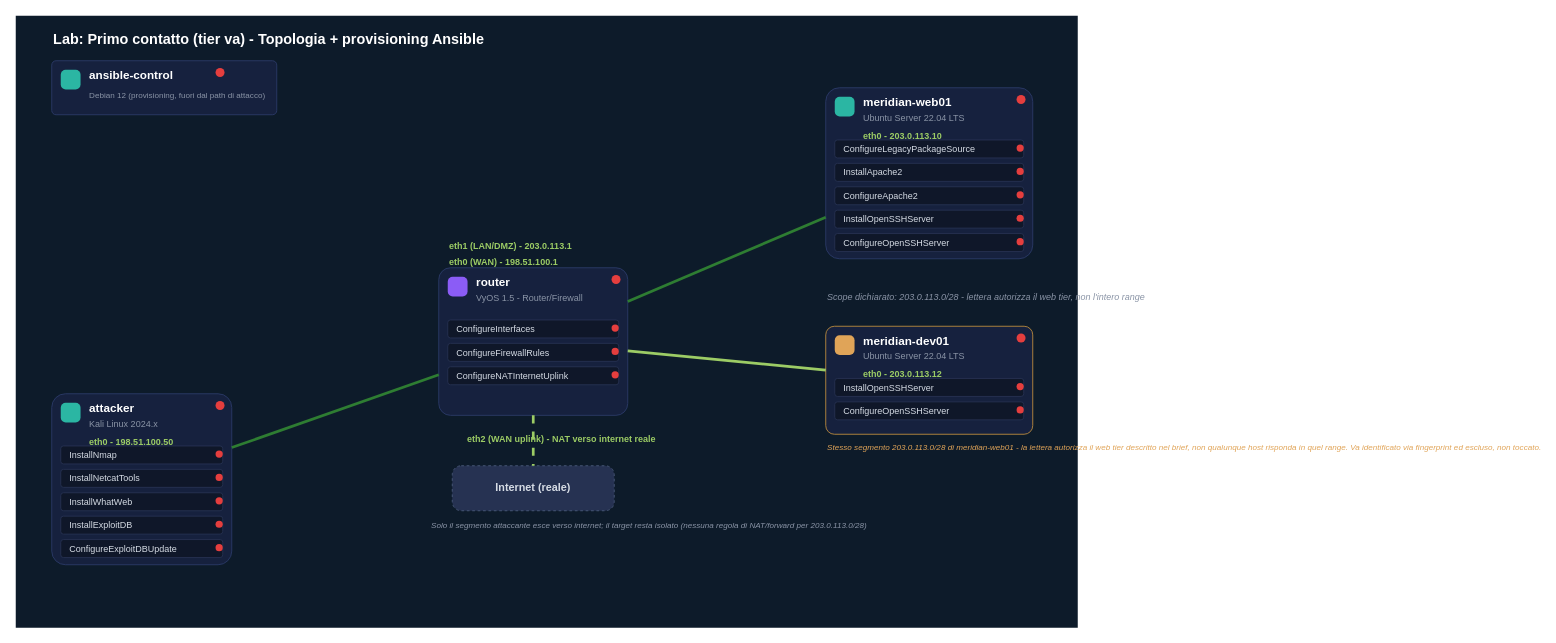
The draw.io diagram docs/labs/first-contact/first-contact-topology.drawio in leoleo1010/CPPT, before the edit. Source tidied: cells renumbered, new cells numbered last; positions are measured from the earlier drawing's top-left corner, leaving out a move shared by most shapes. Both pictures are drawn from the tidied source at 90%, with x=0, y=0 at pixel (15, 15).
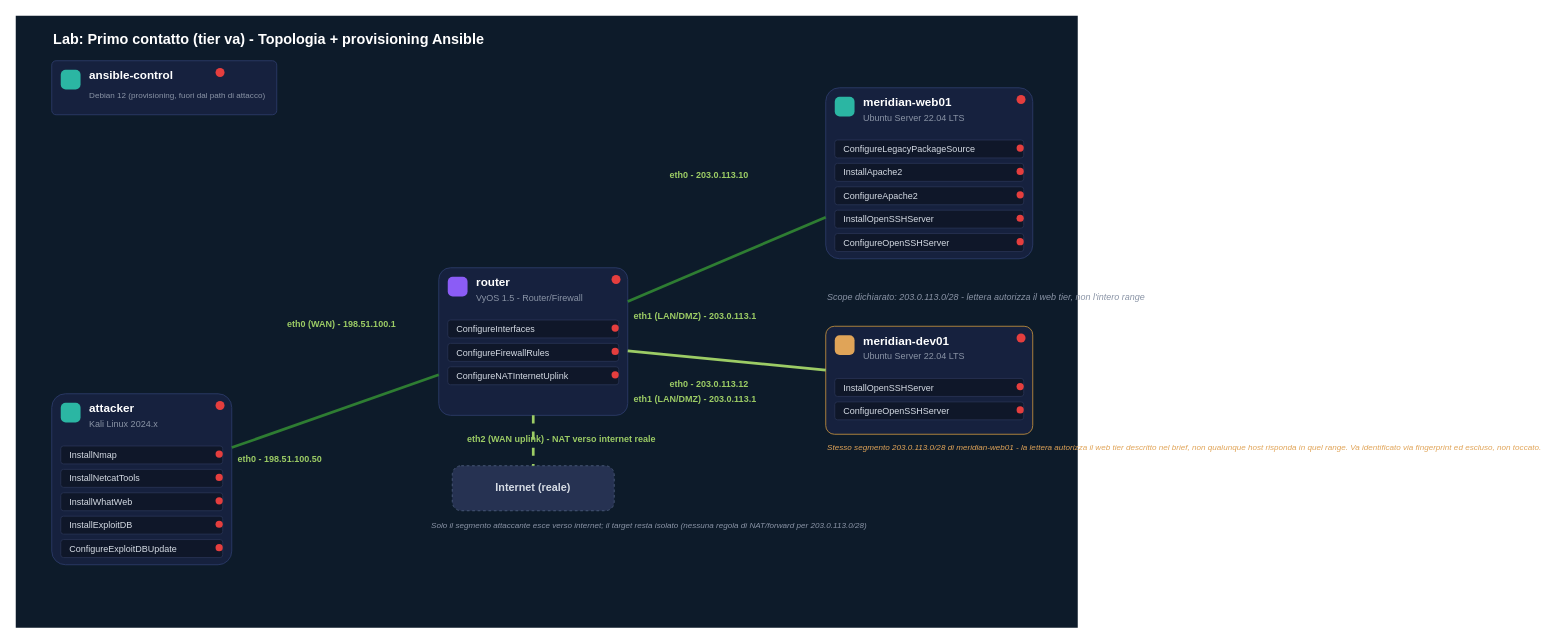
Above is the later version.

The edit, as a diff of the source:
```diff
@@
     <mxCell id="52" value="eth0 - 198.51.100.50" style="text;html=1;fontSize=10;fontColor=#9CCC65;fontStyle=1;" parent="1" vertex="1">
-      <mxGeometry x="80" y="461" width="150" height="14" as="geometry" />
+      <mxGeometry x="245" y="480" width="160" height="18" as="geometry" />
     </mxCell>
     <mxCell id="53" value="eth0 (WAN) - 198.51.100.1" style="text;html=1;fontSize=10;fontColor=#9CCC65;fontStyle=1;" parent="1" vertex="1">
-      <mxGeometry x="480" y="262" width="190" height="18" as="geometry" />
+      <mxGeometry x="300" y="330" width="165" height="18" as="geometry" />
     </mxCell>
@@
     <mxCell id="55" value="eth1 (LAN/DMZ) - 203.0.113.1" style="text;html=1;fontSize=10;fontColor=#9CCC65;fontStyle=1;" parent="1" vertex="1">
-      <mxGeometry x="480" y="244" width="200" height="18" as="geometry" />
+      <mxGeometry x="685" y="321" width="200" height="16" as="geometry" />
     </mxCell>
     <mxCell id="56" value="eth0 - 203.0.113.10" style="text;html=1;fontSize=10;fontColor=#9CCC65;fontStyle=1;" parent="1" vertex="1">
-      <mxGeometry x="940" y="121" width="170" height="14" as="geometry" />
+      <mxGeometry x="725" y="165" width="170" height="18" as="geometry" />
     </mxCell>
+    <mxCell id="73" value="eth1 (LAN/DMZ) - 203.0.113.1" style="text;html=1;fontSize=10;fontColor=#9CCC65;fontStyle=1;" parent="1" vertex="1">
+      <mxGeometry x="685" y="414" width="200" height="16" as="geometry" />
+    </mxCell>
@@
     <mxCell id="71" value="eth0 - 203.0.113.12" style="text;html=1;fontSize=10;fontColor=#9CCC65;fontStyle=1;" parent="1" vertex="1">
-      <mxGeometry x="940" y="386" width="170" height="14" as="geometry" />
+      <mxGeometry x="725" y="397" width="170" height="16" as="geometry" />
     </mxCell>
```
